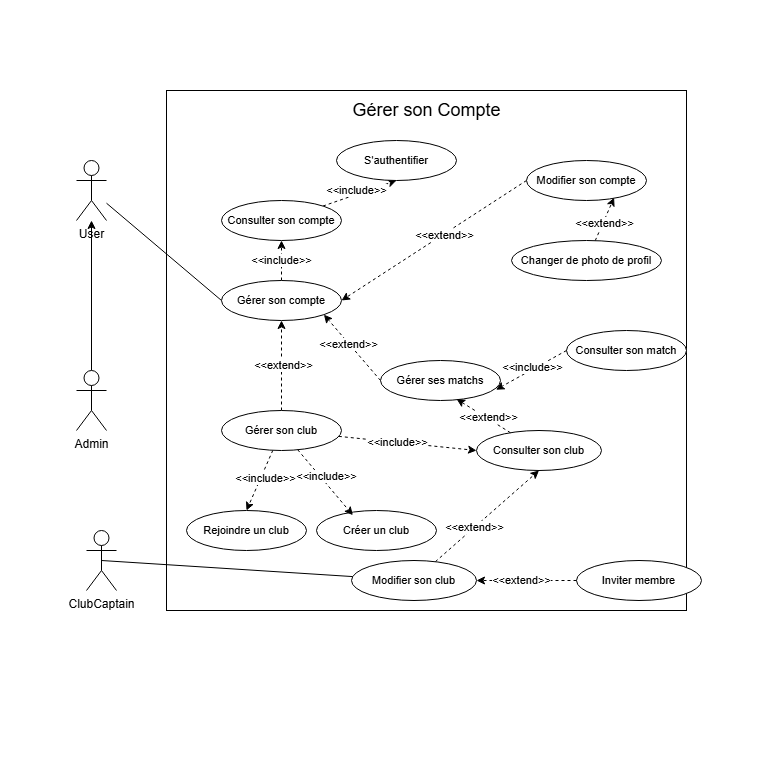
Mathistrg/Styx keeps this draw.io diagram as Diagram use case Profil.drawio.png. Above is the earlier version. Source tidied: cells renumbered, new cells last; positions are measured from the earlier drawing's top-left corner, leaving out a move shared by most shapes.
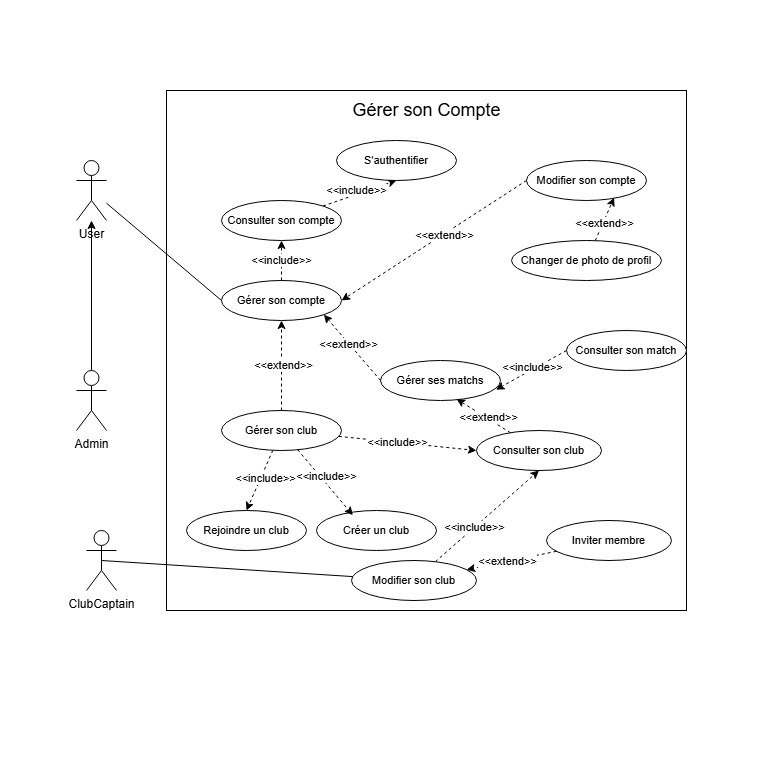
After the commit.

Commit message:
Mettre à jour Diagram use case Profil.drawio.png

The edit, as a diff of the source:
```diff
@@ -126,14 +126,14 @@
     <mxCell id="41" style="edgeStyle=none;shape=connector;rounded=0;jettySize=auto;html=1;entryX=0.5;entryY=1;entryDx=0;entryDy=0;dashed=1;strokeColor=default;align=center;verticalAlign=middle;fontFamily=Helvetica;fontSize=11;fontColor=default;labelBackgroundColor=default;endArrow=classic;endFill=1;" parent="1" edge="1" source="43" target="34">
       <mxGeometry relative="1" as="geometry" />
     </mxCell>
-    <mxCell id="42" value="&amp;lt;&amp;lt;extend&amp;gt;&amp;gt;" style="edgeLabel;html=1;align=center;verticalAlign=middle;fontFamily=Helvetica;fontSize=11;fontColor=default;labelBackgroundColor=default;fillColor=none;gradientColor=none;" parent="41" vertex="1">
+    <mxCell id="42" value="&amp;lt;&amp;lt;include&amp;gt;&amp;gt;" style="edgeLabel;html=1;align=center;verticalAlign=middle;fontFamily=Helvetica;fontSize=11;fontColor=default;labelBackgroundColor=default;fillColor=none;gradientColor=none;" parent="41" vertex="1">
       <mxGeometry x="-0.26" relative="1" as="geometry" />
     </mxCell>
     <mxCell id="43" value="Modifier son club" style="ellipse;whiteSpace=wrap;html=1;fontFamily=Helvetica;fontSize=11;fontColor=default;labelBackgroundColor=default;" parent="1" vertex="1">
       <mxGeometry x="351" y="560" width="125" height="40" as="geometry" />
     </mxCell>
     <mxCell id="44" value="Inviter membre" style="ellipse;whiteSpace=wrap;html=1;fontFamily=Helvetica;fontSize=11;fontColor=default;labelBackgroundColor=default;" parent="1" vertex="1">
-      <mxGeometry x="576" y="560" width="125" height="40" as="geometry" />
+      <mxGeometry x="546" y="520" width="125" height="40" as="geometry" />
     </mxCell>
     <mxCell id="45" style="edgeStyle=none;shape=connector;rounded=0;jettySize=auto;html=1;dashed=1;strokeColor=default;align=center;verticalAlign=middle;fontFamily=Helvetica;fontSize=11;fontColor=default;labelBackgroundColor=default;endArrow=classic;endFill=1;" parent="1" edge="1" source="44" target="43">
       <mxGeometry relative="1" as="geometry" />
```
